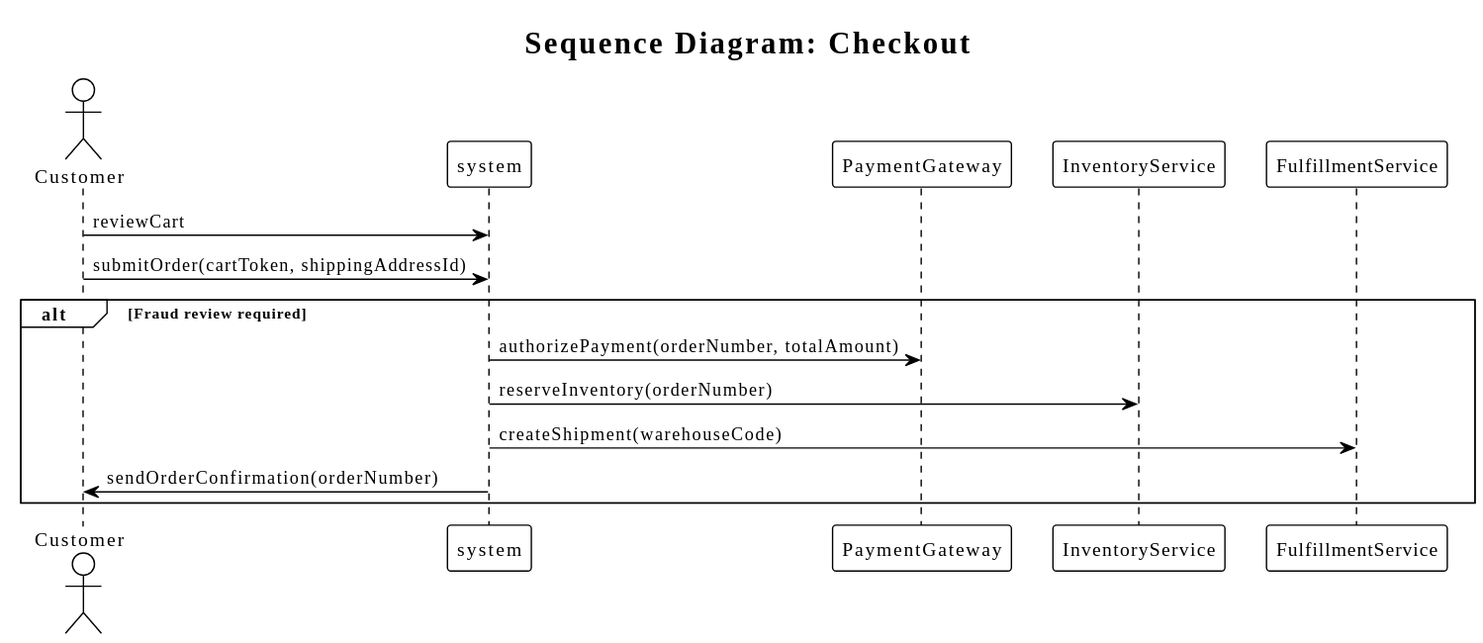
The PlantUML diagram examples/commerce-platform/generated/sequence/CommercePlatform_Checkout.sequence.svg in fredoslav2004/modt-core, before a commit. The source it was exported from:
```plantuml
@startuml
title Sequence Diagram: Checkout
!theme plain
skinparam classAttributeIconSize 0
actor "Customer" as Actor
participant "system" as System
participant "PaymentGateway" as PaymentGateway
participant "InventoryService" as InventoryService
participant "FulfillmentService" as FulfillmentService

Actor -> System : reviewCart
Actor -> System : submitOrder(cartToken, shippingAddressId)
alt Fraud review required
System -> PaymentGateway : authorizePayment(orderNumber, totalAmount)
System -> InventoryService : reserveInventory(orderNumber)
System -> FulfillmentService : createShipment(warehouseCode)
System -> Actor : sendOrderConfirmation(orderNumber)
end
@enduml
```
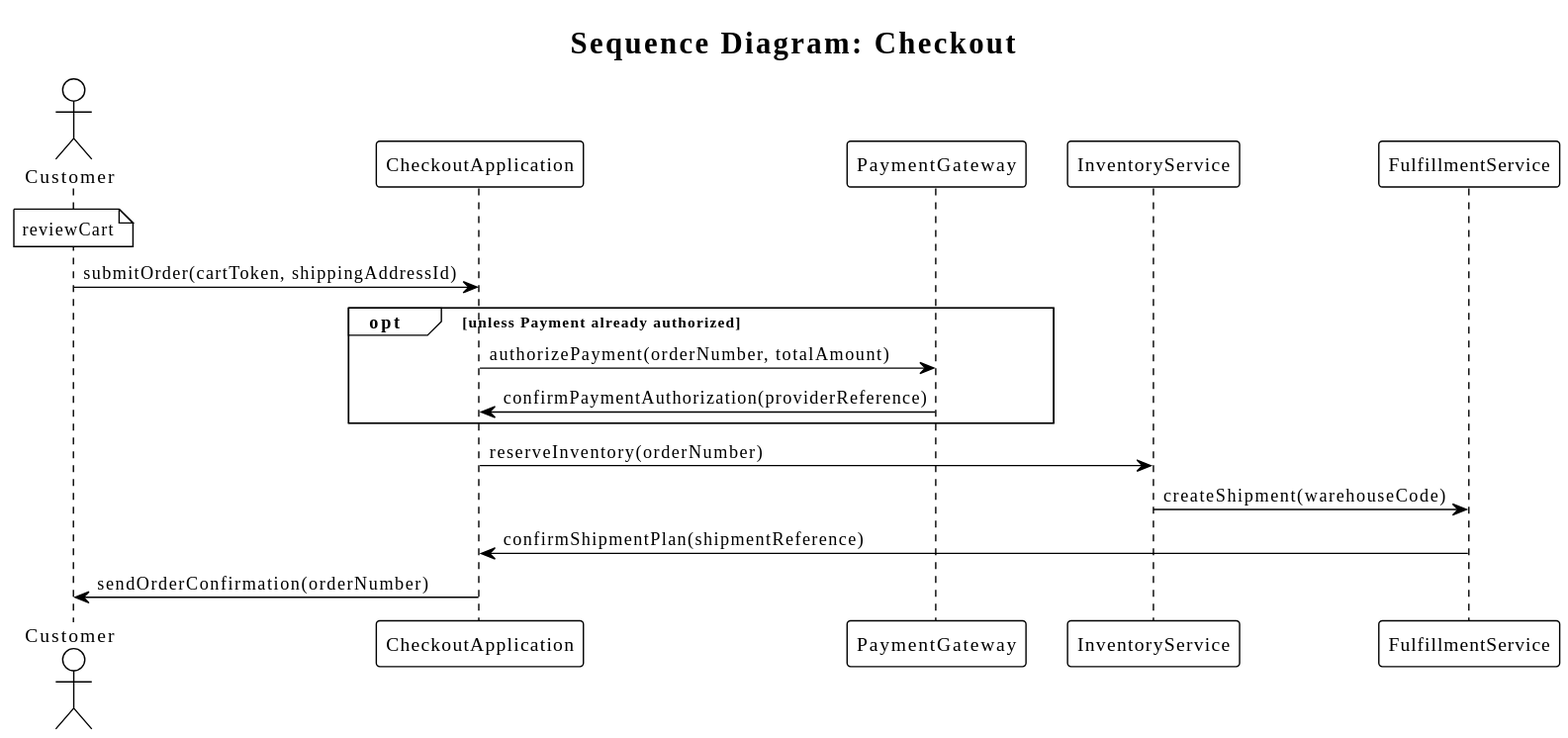
After the change.

Diff of the diagram source:
```diff
@@ -3,17 +3,19 @@
 !theme plain
 skinparam classAttributeIconSize 0
 actor "Customer" as Actor
-participant "system" as System
+participant "CheckoutApplication" as CheckoutApplication
 participant "PaymentGateway" as PaymentGateway
 participant "InventoryService" as InventoryService
 participant "FulfillmentService" as FulfillmentService
 
-Actor -> System : reviewCart
-Actor -> System : submitOrder(cartToken, shippingAddressId)
-alt Fraud review required
-System -> PaymentGateway : authorizePayment(orderNumber, totalAmount)
-System -> InventoryService : reserveInventory(orderNumber)
-System -> FulfillmentService : createShipment(warehouseCode)
-System -> Actor : sendOrderConfirmation(orderNumber)
+note over Actor : reviewCart
+Actor -> CheckoutApplication : submitOrder(cartToken, shippingAddressId)
+opt unless Payment already authorized
+CheckoutApplication -> PaymentGateway : authorizePayment(orderNumber, totalAmount)
+PaymentGateway -> CheckoutApplication : confirmPaymentAuthorization(providerReference)
 end
+CheckoutApplication -> InventoryService : reserveInventory(orderNumber)
+InventoryService -> FulfillmentService : createShipment(warehouseCode)
+FulfillmentService -> CheckoutApplication : confirmShipmentPlan(shipmentReference)
+CheckoutApplication -> Actor : sendOrderConfirmation(orderNumber)
 @enduml
```
